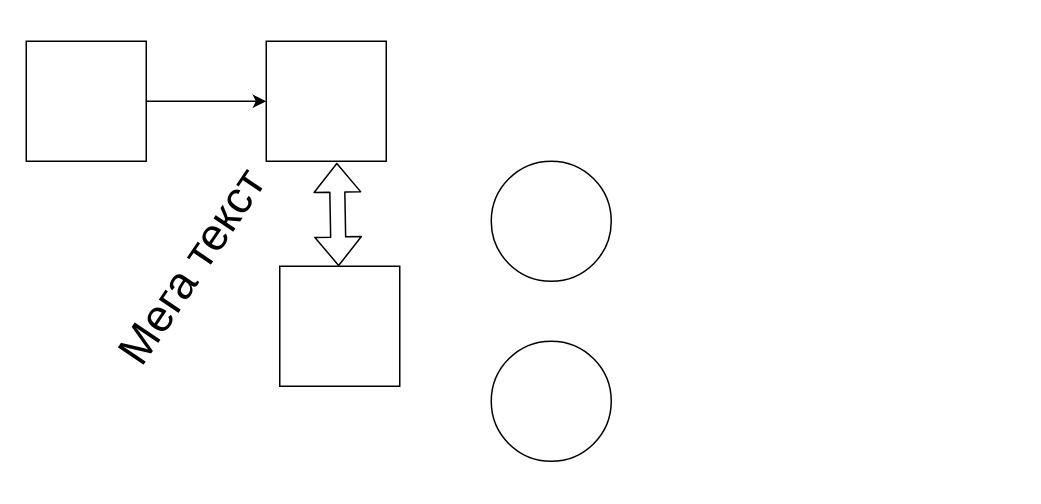
DmitriyBoon/WorkSolutions keeps this draw.io diagram as copy_draw.drawio. Above is the earlier version. Source tidied: cells renumbered, new cells numbered last; positions are measured from the earlier drawing's top-left corner, leaving out a move shared by most shapes. Both pictures are drawn from the tidied source at 150%, with x=0, y=0 at pixel (-34, 40).
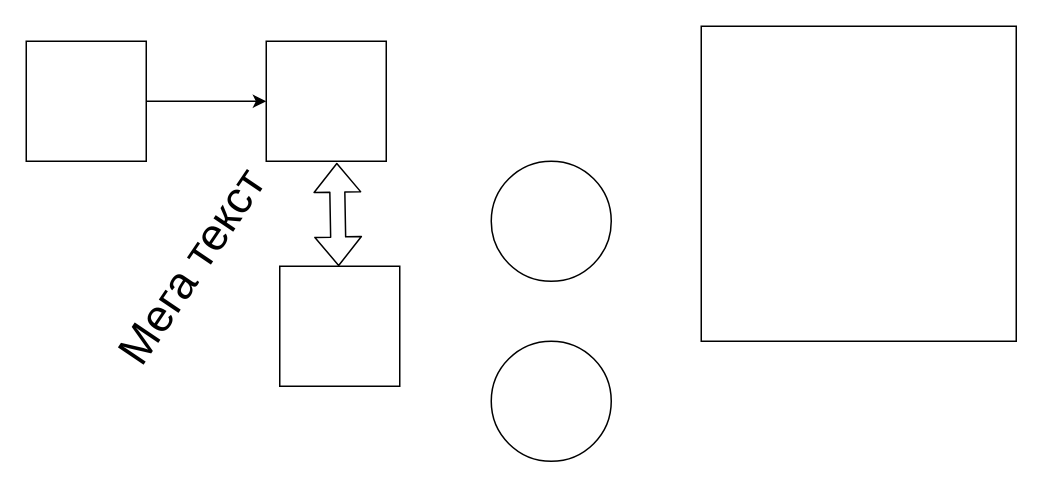
After the change.

Diff of the diagram source:
```diff
@@
 <mxGraphModel>
   <root>
     <mxCell id="0" />
     <mxCell id="1" parent="0" />
     <mxCell id="2" style="edgeStyle=orthogonalEdgeStyle;rounded=0;jettySize=auto;html=1;" parent="1" edge="1" source="3" target="4">
       <mxGeometry relative="1" as="geometry" />
     </mxCell>
     <mxCell id="3" style="whiteSpace=wrap;html=1;" parent="1" vertex="1">
       <mxGeometry x="40" width="80" height="80" as="geometry" />
     </mxCell>
     <mxCell id="4" style="whiteSpace=wrap;html=1;" parent="1" vertex="1">
       <mxGeometry x="200" width="80" height="80" as="geometry" />
     </mxCell>
     <mxCell id="5" style="whiteSpace=wrap;html=1;" parent="1" vertex="1">
       <mxGeometry x="209" y="150" width="80" height="80" as="geometry" />
     </mxCell>
     <mxCell id="6" style="shape=flexArrow;endArrow=classic;startArrow=classic;html=1;entryX=0.588;entryY=1.013;entryDx=0;entryDy=0;entryPerimeter=0;" parent="1" edge="1" source="5" target="4">
       <mxGeometry relative="1" as="geometry" />
     </mxCell>
     <mxCell id="7" value="&lt;font style=&quot;font-size: 30px&quot;&gt;Мега текст&lt;/font&gt;" style="text;html=1;strokeColor=none;fillColor=none;align=center;verticalAlign=middle;whiteSpace=wrap;rounded=0;rotation=-56;" parent="1" vertex="1">
       <mxGeometry y="120" width="300" height="60" as="geometry" />
     </mxCell>
     <mxCell id="8" style="ellipse;whiteSpace=wrap;html=1;" parent="1" vertex="1">
       <mxGeometry x="350" y="80" width="80" height="80" as="geometry" />
     </mxCell>
     <mxCell id="9" style="ellipse;whiteSpace=wrap;html=1;" parent="1" vertex="1">
       <mxGeometry x="350" y="200" width="80" height="80" as="geometry" />
     </mxCell>
+    <mxCell id="10" style="whiteSpace=wrap;html=1;" parent="1" vertex="1">
+      <mxGeometry x="490" y="-10" width="210" height="210" as="geometry" />
+    </mxCell>
   </root>
 </mxGraphModel>
```
